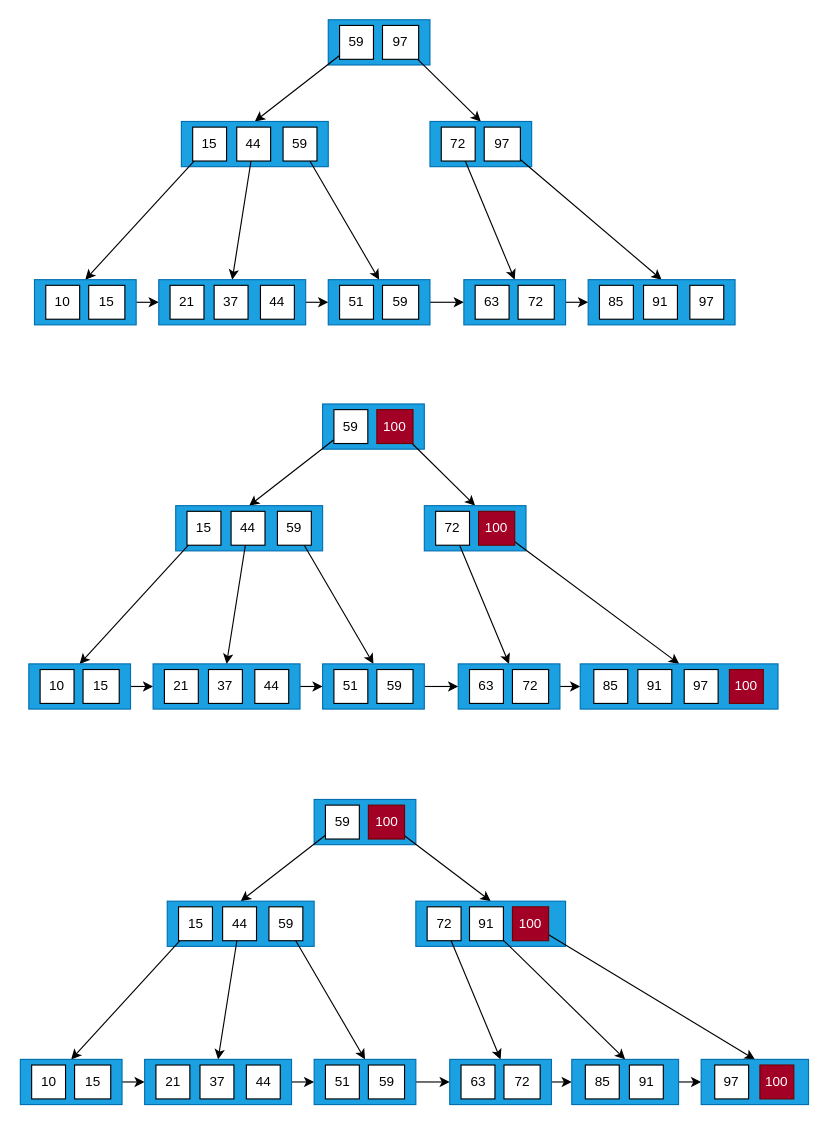
Above: page "第 1 页" (1 of 5) of Algorithm/img/未命名绘图.drawio in thankyoumyteens/note (draw.io), before the change. Source tidied: cells renumbered, new cells numbered last; positions are measured from the earlier drawing's top-left corner, leaving out a move shared by most shapes. Both pictures are drawn from the tidied source at 113%, with x=0, y=0 at pixel (20, 19).
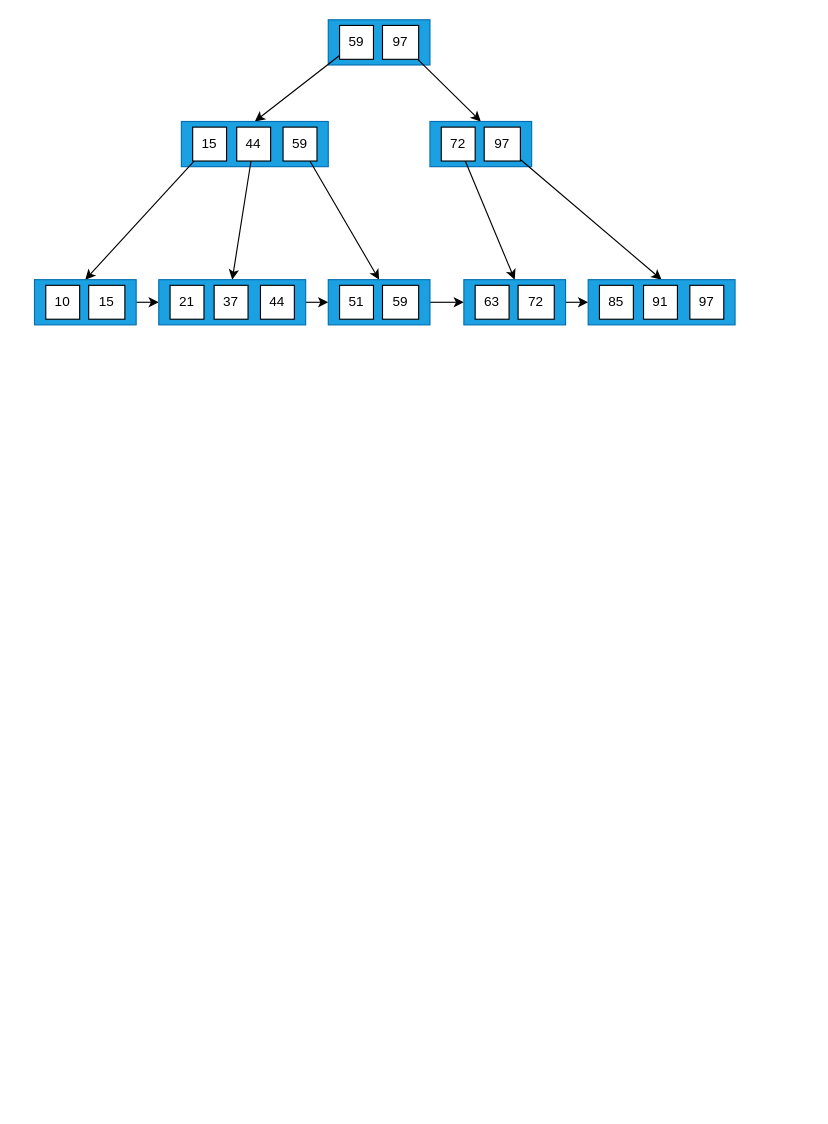
The same page after the edit.

Diff of the diagram source:
```diff
@@
-    <mxCell id="40" style="rounded=0;whiteSpace=wrap;html=1;fillColor=#1ba1e2;fontColor=#ffffff;strokeColor=#006EAF;" parent="1" vertex="1">
-      <mxGeometry x="267" y="340" width="90" height="40" as="geometry" />
-    </mxCell>
-    <mxCell id="41" style="rounded=0;jettySize=auto;html=1;entryX=0.5;entryY=0;entryDx=0;entryDy=0;strokeColor=default;" parent="1" edge="1" source="42" target="45">
-      <mxGeometry relative="1" as="geometry" />
-    </mxCell>
-    <mxCell id="42" value="59" style="rounded=0;whiteSpace=wrap;html=1;" parent="1" vertex="1">
-      <mxGeometry x="277" y="345" width="30" height="30" as="geometry" />
-    </mxCell>
-    <mxCell id="43" style="edgeStyle=none;rounded=0;jettySize=auto;html=1;strokeColor=default;entryX=0.5;entryY=0;entryDx=0;entryDy=0;" parent="1" edge="1" source="44" target="52">
-      <mxGeometry relative="1" as="geometry" />
-    </mxCell>
-    <mxCell id="44" value="100" style="rounded=0;whiteSpace=wrap;html=1;fillColor=#a20025;fontColor=#ffffff;strokeColor=#6F0000;" parent="1" vertex="1">
-      <mxGeometry x="315" y="345" width="32" height="30" as="geometry" />
-    </mxCell>
-    <mxCell id="45" style="rounded=0;whiteSpace=wrap;html=1;fillColor=#1ba1e2;strokeColor=#006EAF;fontColor=#ffffff;" parent="1" vertex="1">
-      <mxGeometry x="137" y="430" width="130" height="40" as="geometry" />
-    </mxCell>
-    <mxCell id="46" style="edgeStyle=none;rounded=0;jettySize=auto;html=1;strokeColor=default;entryX=0.5;entryY=0;entryDx=0;entryDy=0;" parent="1" edge="1" source="47" target="58">
-      <mxGeometry relative="1" as="geometry" />
-    </mxCell>
-    <mxCell id="47" value="15" style="rounded=0;whiteSpace=wrap;html=1;" parent="1" vertex="1">
-      <mxGeometry x="147" y="435" width="30" height="30" as="geometry" />
-    </mxCell>
-    <mxCell id="48" style="edgeStyle=none;rounded=0;jettySize=auto;html=1;strokeColor=default;entryX=0.5;entryY=0;entryDx=0;entryDy=0;" parent="1" edge="1" source="49" target="62">
-      <mxGeometry relative="1" as="geometry" />
-    </mxCell>
-    <mxCell id="49" value="44" style="rounded=0;whiteSpace=wrap;html=1;" parent="1" vertex="1">
-      <mxGeometry x="186" y="435" width="30" height="30" as="geometry" />
-    </mxCell>
-    <mxCell id="50" style="edgeStyle=none;rounded=0;jettySize=auto;html=1;strokeColor=default;entryX=0.5;entryY=0;entryDx=0;entryDy=0;" parent="1" edge="1" source="51" target="67">
-      <mxGeometry relative="1" as="geometry" />
-    </mxCell>
-    <mxCell id="51" value="59" style="rounded=0;whiteSpace=wrap;html=1;" parent="1" vertex="1">
-      <mxGeometry x="227" y="435" width="30" height="30" as="geometry" />
-    </mxCell>
-    <mxCell id="52" style="rounded=0;whiteSpace=wrap;html=1;fillColor=#1ba1e2;fontColor=#ffffff;strokeColor=#006EAF;" parent="1" vertex="1">
-      <mxGeometry x="357" y="430" width="90" height="40" as="geometry" />
-    </mxCell>
-    <mxCell id="53" style="edgeStyle=none;rounded=0;jettySize=auto;html=1;strokeColor=default;entryX=0.5;entryY=0;entryDx=0;entryDy=0;" parent="1" edge="1" source="54" target="71">
-      <mxGeometry relative="1" as="geometry" />
-    </mxCell>
-    <mxCell id="54" value="72" style="rounded=0;whiteSpace=wrap;html=1;" parent="1" vertex="1">
-      <mxGeometry x="367" y="435" width="30" height="30" as="geometry" />
-    </mxCell>
-    <mxCell id="55" style="edgeStyle=none;rounded=0;jettySize=auto;html=1;strokeColor=default;entryX=0.5;entryY=0;entryDx=0;entryDy=0;" parent="1" edge="1" source="56" target="74">
-      <mxGeometry relative="1" as="geometry" />
-    </mxCell>
-    <mxCell id="56" value="100" style="rounded=0;whiteSpace=wrap;html=1;fillColor=#a20025;fontColor=#ffffff;strokeColor=#6F0000;" parent="1" vertex="1">
-      <mxGeometry x="405" y="435" width="32" height="30" as="geometry" />
-    </mxCell>
-    <mxCell id="57" style="edgeStyle=none;rounded=0;jettySize=auto;html=1;strokeColor=default;entryX=0;entryY=0.5;entryDx=0;entryDy=0;" parent="1" edge="1" source="58" target="62">
-      <mxGeometry relative="1" as="geometry" />
-    </mxCell>
-    <mxCell id="58" style="rounded=0;whiteSpace=wrap;html=1;fillColor=#1ba1e2;fontColor=#ffffff;strokeColor=#006EAF;" parent="1" vertex="1">
-      <mxGeometry x="7" y="570" width="90" height="40" as="geometry" />
-    </mxCell>
-    <mxCell id="59" value="10" style="rounded=0;whiteSpace=wrap;html=1;" parent="1" vertex="1">
-      <mxGeometry x="17" y="575" width="30" height="30" as="geometry" />
-    </mxCell>
-    <mxCell id="60" value="15" style="rounded=0;whiteSpace=wrap;html=1;" parent="1" vertex="1">
-      <mxGeometry x="55" y="575" width="32" height="30" as="geometry" />
-    </mxCell>
-    <mxCell id="61" style="edgeStyle=none;rounded=0;jettySize=auto;html=1;strokeColor=default;entryX=0;entryY=0.5;entryDx=0;entryDy=0;" parent="1" edge="1" source="62" target="67">
-      <mxGeometry relative="1" as="geometry" />
-    </mxCell>
-    <mxCell id="62" style="rounded=0;whiteSpace=wrap;html=1;fillColor=#1ba1e2;fontColor=#ffffff;strokeColor=#006EAF;" parent="1" vertex="1">
-      <mxGeometry x="117" y="570" width="130" height="40" as="geometry" />
-    </mxCell>
-    <mxCell id="63" value="21" style="rounded=0;whiteSpace=wrap;html=1;" parent="1" vertex="1">
-      <mxGeometry x="127" y="575" width="30" height="30" as="geometry" />
-    </mxCell>
-    <mxCell id="64" value="37" style="rounded=0;whiteSpace=wrap;html=1;" parent="1" vertex="1">
-      <mxGeometry x="166" y="575" width="30" height="30" as="geometry" />
-    </mxCell>
-    <mxCell id="65" value="44" style="rounded=0;whiteSpace=wrap;html=1;" parent="1" vertex="1">
-      <mxGeometry x="207" y="575" width="30" height="30" as="geometry" />
-    </mxCell>
-    <mxCell id="66" style="edgeStyle=none;rounded=0;jettySize=auto;html=1;strokeColor=default;entryX=0;entryY=0.5;entryDx=0;entryDy=0;" parent="1" edge="1" source="67" target="71">
-      <mxGeometry relative="1" as="geometry" />
-    </mxCell>
-    <mxCell id="67" style="rounded=0;whiteSpace=wrap;html=1;fillColor=#1ba1e2;fontColor=#ffffff;strokeColor=#006EAF;" parent="1" vertex="1">
-      <mxGeometry x="267" y="570" width="90" height="40" as="geometry" />
-    </mxCell>
-    <mxCell id="68" value="51" style="rounded=0;whiteSpace=wrap;html=1;" parent="1" vertex="1">
-      <mxGeometry x="277" y="575" width="30" height="30" as="geometry" />
-    </mxCell>
-    <mxCell id="69" value="59" style="rounded=0;whiteSpace=wrap;html=1;" parent="1" vertex="1">
-      <mxGeometry x="315" y="575" width="32" height="30" as="geometry" />
-    </mxCell>
-    <mxCell id="70" style="edgeStyle=none;rounded=0;jettySize=auto;html=1;strokeColor=default;entryX=0;entryY=0.5;entryDx=0;entryDy=0;" parent="1" edge="1" source="71" target="74">
-      <mxGeometry relative="1" as="geometry" />
-    </mxCell>
-    <mxCell id="71" style="rounded=0;whiteSpace=wrap;html=1;fillColor=#1ba1e2;fontColor=#ffffff;strokeColor=#006EAF;" parent="1" vertex="1">
-      <mxGeometry x="387" y="570" width="90" height="40" as="geometry" />
-    </mxCell>
-    <mxCell id="72" value="63" style="rounded=0;whiteSpace=wrap;html=1;" parent="1" vertex="1">
-      <mxGeometry x="397" y="575" width="30" height="30" as="geometry" />
-    </mxCell>
-    <mxCell id="73" value="72" style="rounded=0;whiteSpace=wrap;html=1;" parent="1" vertex="1">
-      <mxGeometry x="435" y="575" width="32" height="30" as="geometry" />
-    </mxCell>
-    <mxCell id="74" style="rounded=0;whiteSpace=wrap;html=1;fillColor=#1ba1e2;fontColor=#ffffff;strokeColor=#006EAF;" parent="1" vertex="1">
-      <mxGeometry x="495" y="570" width="175" height="40" as="geometry" />
-    </mxCell>
-    <mxCell id="75" value="85" style="rounded=0;whiteSpace=wrap;html=1;" parent="1" vertex="1">
-      <mxGeometry x="507" y="575" width="30" height="30" as="geometry" />
-    </mxCell>
-    <mxCell id="76" value="91" style="rounded=0;whiteSpace=wrap;html=1;" parent="1" vertex="1">
-      <mxGeometry x="546" y="575" width="30" height="30" as="geometry" />
-    </mxCell>
-    <mxCell id="77" value="97" style="rounded=0;whiteSpace=wrap;html=1;" parent="1" vertex="1">
-      <mxGeometry x="587" y="575" width="30" height="30" as="geometry" />
-    </mxCell>
-    <mxCell id="78" value="100" style="rounded=0;whiteSpace=wrap;html=1;fillColor=#a20025;fontColor=#ffffff;strokeColor=#6F0000;" parent="1" vertex="1">
-      <mxGeometry x="627" y="575" width="30" height="30" as="geometry" />
-    </mxCell>
-    <mxCell id="79" style="rounded=0;whiteSpace=wrap;html=1;fillColor=#1ba1e2;fontColor=#ffffff;strokeColor=#006EAF;" parent="1" vertex="1">
-      <mxGeometry x="259.5" y="690" width="90" height="40" as="geometry" />
-    </mxCell>
-    <mxCell id="80" style="rounded=0;jettySize=auto;html=1;entryX=0.5;entryY=0;entryDx=0;entryDy=0;strokeColor=default;" parent="1" edge="1" source="81" target="84">
-      <mxGeometry relative="1" as="geometry" />
-    </mxCell>
-    <mxCell id="81" value="59" style="rounded=0;whiteSpace=wrap;html=1;" parent="1" vertex="1">
-      <mxGeometry x="269.5" y="695" width="30" height="30" as="geometry" />
-    </mxCell>
-    <mxCell id="82" style="edgeStyle=none;rounded=0;jettySize=auto;html=1;strokeColor=default;entryX=0.5;entryY=0;entryDx=0;entryDy=0;" parent="1" edge="1" source="83" target="91">
-      <mxGeometry relative="1" as="geometry" />
-    </mxCell>
-    <mxCell id="83" value="100" style="rounded=0;whiteSpace=wrap;html=1;fillColor=#a20025;fontColor=#ffffff;strokeColor=#6F0000;" parent="1" vertex="1">
-      <mxGeometry x="307.5" y="695" width="32" height="30" as="geometry" />
-    </mxCell>
-    <mxCell id="84" style="rounded=0;whiteSpace=wrap;html=1;fillColor=#1ba1e2;strokeColor=#006EAF;fontColor=#ffffff;" parent="1" vertex="1">
-      <mxGeometry x="129.5" y="780" width="130" height="40" as="geometry" />
-    </mxCell>
-    <mxCell id="85" style="edgeStyle=none;rounded=0;jettySize=auto;html=1;strokeColor=default;entryX=0.5;entryY=0;entryDx=0;entryDy=0;" parent="1" edge="1" source="86" target="97">
-      <mxGeometry relative="1" as="geometry" />
-    </mxCell>
-    <mxCell id="86" value="15" style="rounded=0;whiteSpace=wrap;html=1;" parent="1" vertex="1">
-      <mxGeometry x="139.5" y="785" width="30" height="30" as="geometry" />
-    </mxCell>
-    <mxCell id="87" style="edgeStyle=none;rounded=0;jettySize=auto;html=1;strokeColor=default;entryX=0.5;entryY=0;entryDx=0;entryDy=0;" parent="1" edge="1" source="88" target="101">
-      <mxGeometry relative="1" as="geometry" />
-    </mxCell>
-    <mxCell id="88" value="44" style="rounded=0;whiteSpace=wrap;html=1;" parent="1" vertex="1">
-      <mxGeometry x="178.5" y="785" width="30" height="30" as="geometry" />
-    </mxCell>
-    <mxCell id="89" style="edgeStyle=none;rounded=0;jettySize=auto;html=1;strokeColor=default;entryX=0.5;entryY=0;entryDx=0;entryDy=0;" parent="1" edge="1" source="90" target="106">
-      <mxGeometry relative="1" as="geometry" />
-    </mxCell>
-    <mxCell id="90" value="59" style="rounded=0;whiteSpace=wrap;html=1;" parent="1" vertex="1">
-      <mxGeometry x="219.5" y="785" width="30" height="30" as="geometry" />
-    </mxCell>
-    <mxCell id="91" style="rounded=0;whiteSpace=wrap;html=1;fillColor=#1ba1e2;fontColor=#ffffff;strokeColor=#006EAF;" parent="1" vertex="1">
-      <mxGeometry x="349.5" y="780" width="132.5" height="40" as="geometry" />
-    </mxCell>
-    <mxCell id="92" style="edgeStyle=none;rounded=0;jettySize=auto;html=1;strokeColor=default;entryX=0.5;entryY=0;entryDx=0;entryDy=0;" parent="1" edge="1" source="93" target="110">
-      <mxGeometry relative="1" as="geometry" />
-    </mxCell>
-    <mxCell id="93" value="72" style="rounded=0;whiteSpace=wrap;html=1;" parent="1" vertex="1">
-      <mxGeometry x="359.5" y="785" width="30" height="30" as="geometry" />
-    </mxCell>
-    <mxCell id="94" style="edgeStyle=none;rounded=0;jettySize=auto;html=1;strokeColor=default;entryX=0.5;entryY=0;entryDx=0;entryDy=0;" parent="1" edge="1" source="95" target="117">
-      <mxGeometry relative="1" as="geometry" />
-    </mxCell>
-    <mxCell id="95" value="100" style="rounded=0;whiteSpace=wrap;html=1;fillColor=#a20025;fontColor=#ffffff;strokeColor=#6F0000;" parent="1" vertex="1">
-      <mxGeometry x="435" y="785" width="32" height="30" as="geometry" />
-    </mxCell>
-    <mxCell id="96" style="edgeStyle=none;rounded=0;jettySize=auto;html=1;strokeColor=default;entryX=0;entryY=0.5;entryDx=0;entryDy=0;" parent="1" edge="1" source="97" target="101">
-      <mxGeometry relative="1" as="geometry" />
-    </mxCell>
-    <mxCell id="97" style="rounded=0;whiteSpace=wrap;html=1;fillColor=#1ba1e2;fontColor=#ffffff;strokeColor=#006EAF;" parent="1" vertex="1">
-      <mxGeometry x="-0.5" y="920" width="90" height="40" as="geometry" />
-    </mxCell>
-    <mxCell id="98" value="10" style="rounded=0;whiteSpace=wrap;html=1;" parent="1" vertex="1">
-      <mxGeometry x="9.5" y="925" width="30" height="30" as="geometry" />
-    </mxCell>
-    <mxCell id="99" value="15" style="rounded=0;whiteSpace=wrap;html=1;" parent="1" vertex="1">
-      <mxGeometry x="47.5" y="925" width="32" height="30" as="geometry" />
-    </mxCell>
-    <mxCell id="100" style="edgeStyle=none;rounded=0;jettySize=auto;html=1;strokeColor=default;entryX=0;entryY=0.5;entryDx=0;entryDy=0;" parent="1" edge="1" source="101" target="106">
-      <mxGeometry relative="1" as="geometry" />
-    </mxCell>
-    <mxCell id="101" style="rounded=0;whiteSpace=wrap;html=1;fillColor=#1ba1e2;fontColor=#ffffff;strokeColor=#006EAF;" parent="1" vertex="1">
-      <mxGeometry x="109.5" y="920" width="130" height="40" as="geometry" />
-    </mxCell>
-    <mxCell id="102" value="21" style="rounded=0;whiteSpace=wrap;html=1;" parent="1" vertex="1">
-      <mxGeometry x="119.5" y="925" width="30" height="30" as="geometry" />
-    </mxCell>
-    <mxCell id="103" value="37" style="rounded=0;whiteSpace=wrap;html=1;" parent="1" vertex="1">
-      <mxGeometry x="158.5" y="925" width="30" height="30" as="geometry" />
-    </mxCell>
-    <mxCell id="104" value="44" style="rounded=0;whiteSpace=wrap;html=1;" parent="1" vertex="1">
-      <mxGeometry x="199.5" y="925" width="30" height="30" as="geometry" />
-    </mxCell>
-    <mxCell id="105" style="edgeStyle=none;rounded=0;jettySize=auto;html=1;strokeColor=default;entryX=0;entryY=0.5;entryDx=0;entryDy=0;" parent="1" edge="1" source="106" target="110">
-      <mxGeometry relative="1" as="geometry" />
-    </mxCell>
-    <mxCell id="106" style="rounded=0;whiteSpace=wrap;html=1;fillColor=#1ba1e2;fontColor=#ffffff;strokeColor=#006EAF;" parent="1" vertex="1">
-      <mxGeometry x="259.5" y="920" width="90" height="40" as="geometry" />
-    </mxCell>
-    <mxCell id="107" value="51" style="rounded=0;whiteSpace=wrap;html=1;" parent="1" vertex="1">
-      <mxGeometry x="269.5" y="925" width="30" height="30" as="geometry" />
-    </mxCell>
-    <mxCell id="108" value="59" style="rounded=0;whiteSpace=wrap;html=1;" parent="1" vertex="1">
-      <mxGeometry x="307.5" y="925" width="32" height="30" as="geometry" />
-    </mxCell>
-    <mxCell id="109" style="edgeStyle=none;rounded=0;jettySize=auto;html=1;strokeColor=default;entryX=0;entryY=0.5;entryDx=0;entryDy=0;" parent="1" edge="1" source="110" target="114">
-      <mxGeometry relative="1" as="geometry" />
-    </mxCell>
-    <mxCell id="110" style="rounded=0;whiteSpace=wrap;html=1;fillColor=#1ba1e2;fontColor=#ffffff;strokeColor=#006EAF;" parent="1" vertex="1">
-      <mxGeometry x="379.5" y="920" width="90" height="40" as="geometry" />
-    </mxCell>
-    <mxCell id="111" value="63" style="rounded=0;whiteSpace=wrap;html=1;" parent="1" vertex="1">
-      <mxGeometry x="389.5" y="925" width="30" height="30" as="geometry" />
-    </mxCell>
-    <mxCell id="112" value="72" style="rounded=0;whiteSpace=wrap;html=1;" parent="1" vertex="1">
-      <mxGeometry x="427.5" y="925" width="32" height="30" as="geometry" />
-    </mxCell>
-    <mxCell id="113" style="edgeStyle=none;rounded=0;jettySize=auto;html=1;entryX=0;entryY=0.5;entryDx=0;entryDy=0;" parent="1" edge="1" source="114" target="117">
-      <mxGeometry relative="1" as="geometry" />
-    </mxCell>
-    <mxCell id="114" style="rounded=0;whiteSpace=wrap;html=1;fillColor=#1ba1e2;fontColor=#ffffff;strokeColor=#006EAF;" parent="1" vertex="1">
-      <mxGeometry x="487.5" y="920" width="94.5" height="40" as="geometry" />
-    </mxCell>
-    <mxCell id="115" value="85" style="rounded=0;whiteSpace=wrap;html=1;" parent="1" vertex="1">
-      <mxGeometry x="499.5" y="925" width="30" height="30" as="geometry" />
-    </mxCell>
-    <mxCell id="116" value="91" style="rounded=0;whiteSpace=wrap;html=1;" parent="1" vertex="1">
-      <mxGeometry x="538.5" y="925" width="30" height="30" as="geometry" />
-    </mxCell>
-    <mxCell id="117" style="rounded=0;whiteSpace=wrap;html=1;fillColor=#1ba1e2;fontColor=#ffffff;strokeColor=#006EAF;" parent="1" vertex="1">
-      <mxGeometry x="602" y="920" width="95" height="40" as="geometry" />
-    </mxCell>
-    <mxCell id="118" value="97" style="rounded=0;whiteSpace=wrap;html=1;" parent="1" vertex="1">
-      <mxGeometry x="614" y="925" width="30" height="30" as="geometry" />
-    </mxCell>
-    <mxCell id="119" value="100" style="rounded=0;whiteSpace=wrap;html=1;fillColor=#a20025;fontColor=#ffffff;strokeColor=#6F0000;" parent="1" vertex="1">
-      <mxGeometry x="654" y="925" width="30" height="30" as="geometry" />
-    </mxCell>
-    <mxCell id="120" style="rounded=0;jettySize=auto;html=1;entryX=0.5;entryY=0;entryDx=0;entryDy=0;" parent="1" edge="1" source="121" target="114">
-      <mxGeometry relative="1" as="geometry" />
-    </mxCell>
-    <mxCell id="121" value="91" style="rounded=0;whiteSpace=wrap;html=1;" parent="1" vertex="1">
-      <mxGeometry x="397" y="785" width="30" height="30" as="geometry" />
-    </mxCell>
```
